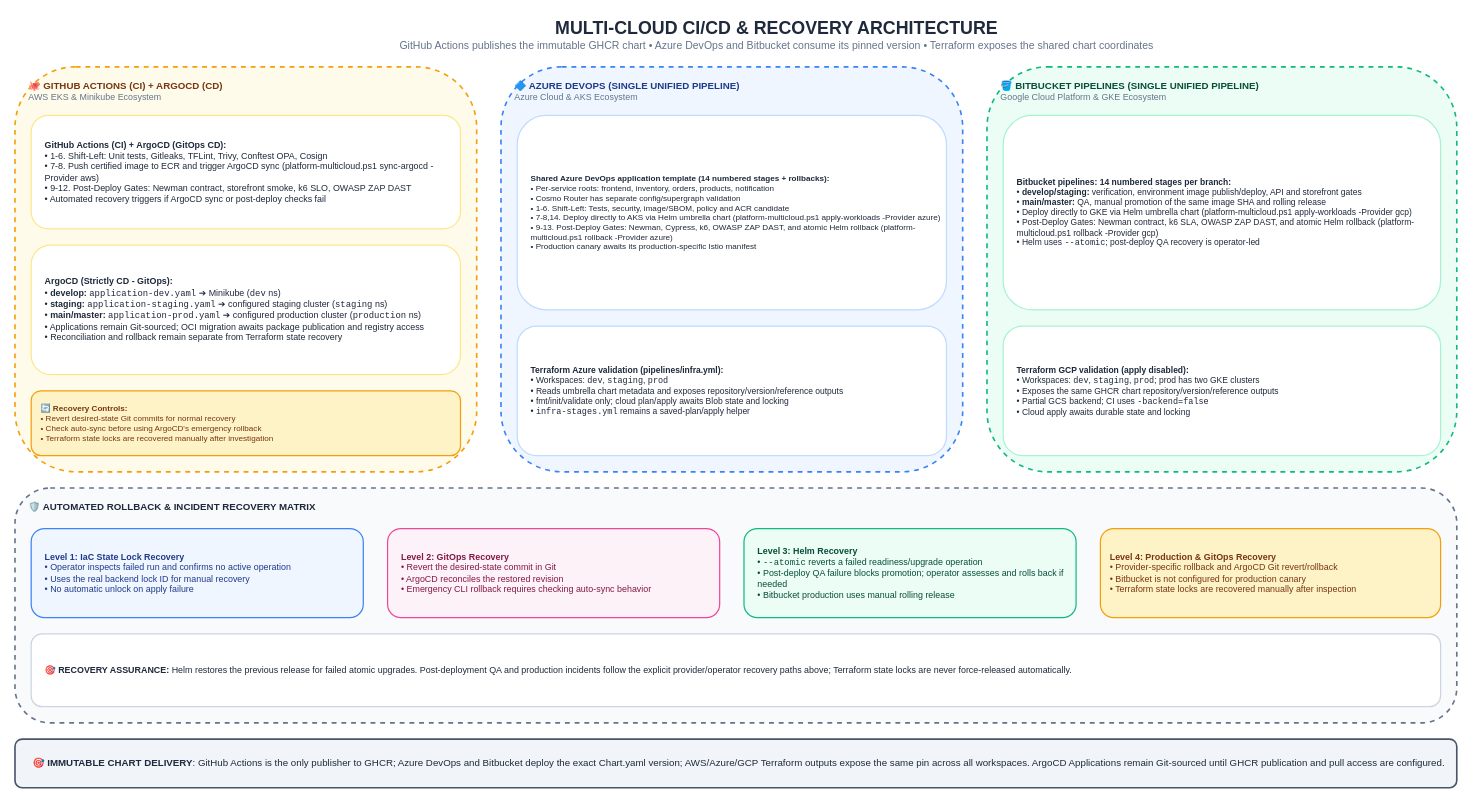
Earlier version of the draw.io diagram page "12. Multi-Cloud CI/CD & Recovery Architecture" (12 of 13) of docs/Diagrams.drawio (GeorgeGxx/microservices-architecture). Source tidied: cells renumbered, new cells numbered last; positions are measured from the earlier drawing's top-left corner, leaving out a move shared by most shapes. Both pictures are drawn from the tidied source at 81%, with x=0, y=0 at pixel (15, 14).
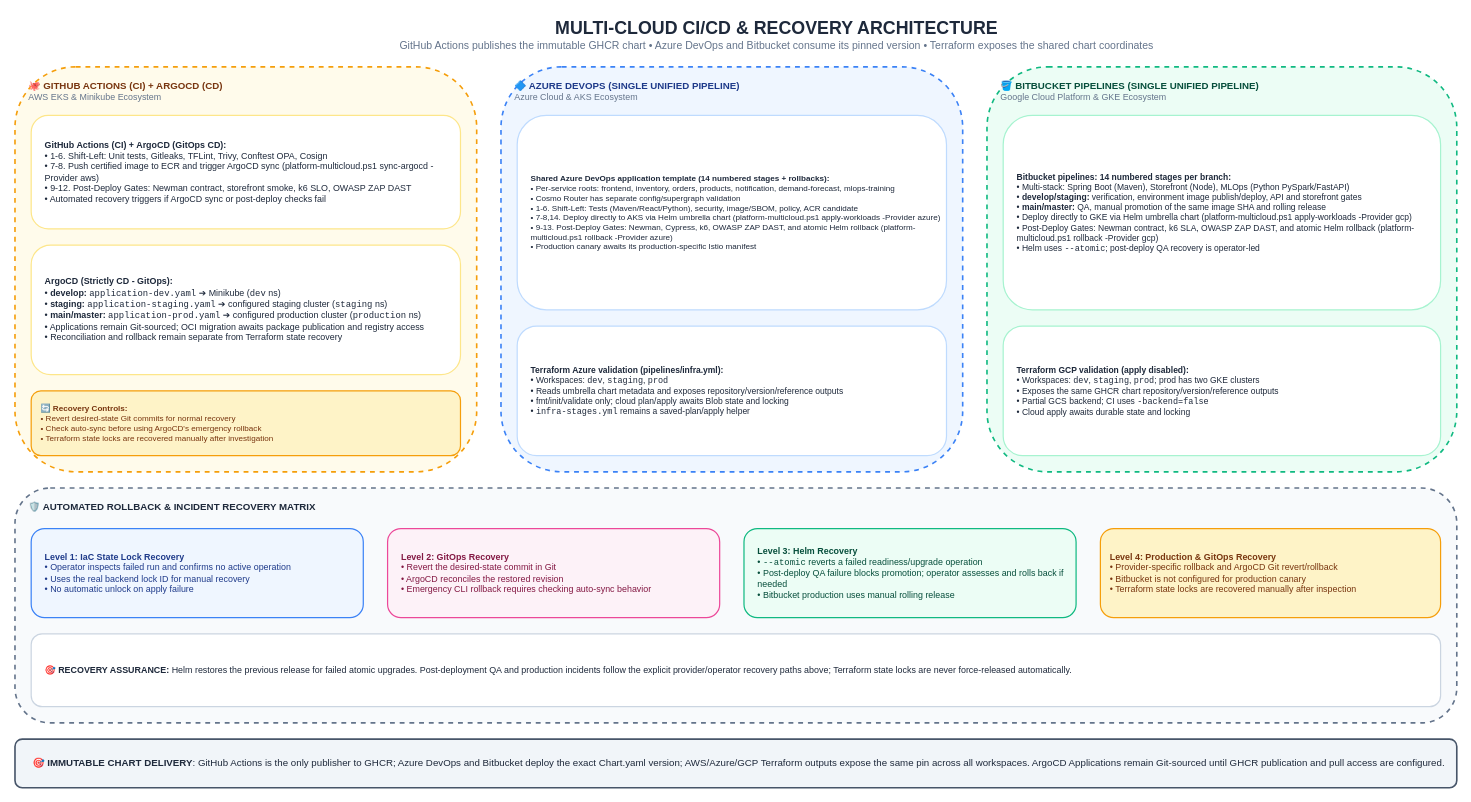
The same diagram, later.

Commit message (it also covers changes not shown here):
feat(devsecops): integrate MLOps demand forecasting into Azure DevOps and Bitbucket pipelines

What changed in the source:
```diff
@@
 <mxGraphModel>
   <root>
     <mxCell id="0" />
     <mxCell id="1" parent="0" />
     <mxCell id="2" value="&lt;b style='font-size:22px;color:#1E293B;'&gt;MULTI-CLOUD CI/CD &amp; RECOVERY ARCHITECTURE&lt;/b&gt;&lt;br&gt;&lt;span style='font-size:13px;color:#64748B;'&gt;GitHub Actions publishes the immutable GHCR chart • Azure DevOps and Bitbucket consume its pinned version • Terraform exposes the shared chart coordinates&lt;/span&gt;" style="text;html=1;align=center;verticalAlign=middle;rounded=0;" parent="1" vertex="1">
       <mxGeometry x="240" width="1400" height="50" as="geometry" />
     </mxCell>
     <mxCell id="3" value="&lt;b&gt;🐙 GITHUB ACTIONS (CI) + ARGOCD (CD)&lt;/b&gt;&lt;br&gt;&lt;span style='font-size:11px;color:#64748B;'&gt;AWS EKS &amp; Minikube Ecosystem&lt;/span&gt;" style="rounded=1;whiteSpace=wrap;html=1;fillColor=#FFFBEB;strokeColor=#F59E0B;strokeWidth=2;verticalAlign=top;align=left;spacingLeft=15;spacingTop=10;fontColor=#78350F;fontSize=12;dashed=1;" parent="1" vertex="1">
       <mxGeometry y="65" width="570" height="500" as="geometry" />
     </mxCell>
     <mxCell id="4" value="&lt;b&gt;GitHub Actions (CI) + ArgoCD (GitOps CD):&lt;/b&gt;&lt;br&gt;• 1-6. Shift-Left: Unit tests, Gitleaks, TFLint, Trivy, Conftest OPA, Cosign&lt;br&gt;• 7-8. Push certified image to ECR and trigger ArgoCD sync (platform-multicloud.ps1 sync-argocd -Provider aws)&lt;br&gt;• 9-12. Post-Deploy Gates: Newman contract, storefront smoke, k6 SLO, OWASP ZAP DAST&lt;br&gt;• Automated recovery triggers if ArgoCD sync or post-deploy checks fail" style="rounded=1;whiteSpace=wrap;html=1;fillColor=#FFFFFF;strokeColor=#FDE68A;strokeWidth=1.5;fontColor=#1E293B;fontSize=11;align=left;spacingLeft=15;" parent="1" vertex="1">
       <mxGeometry x="20" y="125" width="530" height="140" as="geometry" />
     </mxCell>
     <mxCell id="5" value="&lt;b&gt;ArgoCD (Strictly CD - GitOps):&lt;/b&gt;&lt;br&gt;• &lt;b&gt;develop:&lt;/b&gt; &lt;code&gt;application-dev.yaml&lt;/code&gt; ➔ Minikube (&lt;code&gt;dev&lt;/code&gt; ns)&lt;br&gt;• &lt;b&gt;staging:&lt;/b&gt; &lt;code&gt;application-staging.yaml&lt;/code&gt; ➔ configured staging cluster (&lt;code&gt;staging&lt;/code&gt; ns)&lt;br&gt;• &lt;b&gt;main/master:&lt;/b&gt; &lt;code&gt;application-prod.yaml&lt;/code&gt; ➔ configured production cluster (&lt;code&gt;production&lt;/code&gt; ns)&lt;br&gt;• Applications remain Git-sourced; OCI migration awaits package publication and registry access&lt;br&gt;• Reconciliation and rollback remain separate from Terraform state recovery" style="rounded=1;whiteSpace=wrap;html=1;fillColor=#FFFFFF;strokeColor=#FDE68A;strokeWidth=1.5;fontColor=#1E293B;fontSize=11;align=left;spacingLeft=15;" parent="1" vertex="1">
       <mxGeometry x="20" y="285" width="530" height="160" as="geometry" />
     </mxCell>
     <mxCell id="6" value="&lt;b&gt;🔄 Recovery Controls:&lt;/b&gt;&lt;br&gt;• Revert desired-state Git commits for normal recovery&lt;br&gt;• Check auto-sync before using ArgoCD's emergency rollback&lt;br&gt;• Terraform state locks are recovered manually after investigation" style="rounded=1;whiteSpace=wrap;html=1;fillColor=#FEF3C7;strokeColor=#F59E0B;strokeWidth=1.5;fontColor=#78350F;fontSize=10;align=left;spacingLeft=10;" parent="1" vertex="1">
       <mxGeometry x="20" y="465" width="530" height="80" as="geometry" />
     </mxCell>
     <mxCell id="7" value="&lt;b&gt;🔷 AZURE DEVOPS (SINGLE UNIFIED PIPELINE)&lt;/b&gt;&lt;br&gt;&lt;span style='font-size:11px;color:#64748B;'&gt;Azure Cloud &amp; AKS Ecosystem&lt;/span&gt;" style="rounded=1;whiteSpace=wrap;html=1;fillColor=#EFF6FF;strokeColor=#3B82F6;strokeWidth=2;verticalAlign=top;align=left;spacingLeft=15;spacingTop=10;fontColor=#1E3A8A;fontSize=12;dashed=1;" parent="1" vertex="1">
       <mxGeometry x="600" y="65" width="570" height="500" as="geometry" />
     </mxCell>
-    <mxCell id="8" value="&lt;b&gt;Shared Azure DevOps application template (14 numbered stages + rollbacks):&lt;/b&gt;&lt;br&gt;• Per-service roots: frontend, inventory, orders, products, notification&lt;br&gt;• Cosmo Router has separate config/supergraph validation&lt;br&gt;• 1-6. Shift-Left: Tests, security, image/SBOM, policy and ACR candidate&lt;br&gt;• 7-8,14. Deploy directly to AKS via Helm umbrella chart (platform-multicloud.ps1 apply-workloads -Provider azure)&lt;br&gt;• 9-13. Post-Deploy Gates: Newman, Cypress, k6, OWASP ZAP DAST, and atomic Helm rollback (platform-multicloud.ps1 rollback -Provider azure)&lt;br&gt;• Production canary awaits its production-specific Istio manifest" style="rounded=1;whiteSpace=wrap;html=1;fillColor=#FFFFFF;strokeColor=#BFDBFE;strokeWidth=1.5;fontColor=#1E293B;fontSize=10;align=left;spacingLeft=15;" parent="1" vertex="1">
+    <mxCell id="8" value="&lt;b&gt;Shared Azure DevOps application template (14 numbered stages + rollbacks):&lt;/b&gt;&lt;br&gt;• Per-service roots: frontend, inventory, orders, products, notification, demand-forecast, mlops-training&lt;br&gt;• Cosmo Router has separate config/supergraph validation&lt;br&gt;• 1-6. Shift-Left: Tests (Maven/React/Python), security, image/SBOM, policy, ACR candidate&lt;br&gt;• 7-8,14. Deploy directly to AKS via Helm umbrella chart (platform-multicloud.ps1 apply-workloads -Provider azure)&lt;br&gt;• 9-13. Post-Deploy Gates: Newman, Cypress, k6, OWASP ZAP DAST, and atomic Helm rollback (platform-multicloud.ps1 rollback -Provider azure)&lt;br&gt;• Production canary awaits its production-specific Istio manifest" style="rounded=1;whiteSpace=wrap;html=1;fillColor=#FFFFFF;strokeColor=#BFDBFE;strokeWidth=1.5;fontColor=#1E293B;fontSize=10;align=left;spacingLeft=15;" parent="1" vertex="1">
       <mxGeometry x="620" y="125" width="530" height="240" as="geometry" />
     </mxCell>
     <mxCell id="9" value="&lt;b&gt;Terraform Azure validation (pipelines/infra.yml):&lt;/b&gt;&lt;br&gt;• Workspaces: &lt;code&gt;dev&lt;/code&gt;, &lt;code&gt;staging&lt;/code&gt;, &lt;code&gt;prod&lt;/code&gt;&lt;br&gt;• Reads umbrella chart metadata and exposes repository/version/reference outputs&lt;br&gt;• fmt/init/validate only; cloud plan/apply awaits Blob state and locking&lt;br&gt;• &lt;code&gt;infra-stages.yml&lt;/code&gt; remains a saved-plan/apply helper" style="rounded=1;whiteSpace=wrap;html=1;fillColor=#FFFFFF;strokeColor=#BFDBFE;strokeWidth=1.5;fontColor=#1E293B;fontSize=10.5;align=left;spacingLeft=15;" parent="1" vertex="1">
       <mxGeometry x="620" y="385" width="530" height="160" as="geometry" />
     </mxCell>
     <mxCell id="10" value="&lt;b&gt;🪣 BITBUCKET PIPELINES (SINGLE UNIFIED PIPELINE)&lt;/b&gt;&lt;br&gt;&lt;span style='font-size:11px;color:#64748B;'&gt;Google Cloud Platform &amp; GKE Ecosystem&lt;/span&gt;" style="rounded=1;whiteSpace=wrap;html=1;fillColor=#ECFDF5;strokeColor=#10B981;strokeWidth=2;verticalAlign=top;align=left;spacingLeft=15;spacingTop=10;fontColor=#064E3B;fontSize=12;dashed=1;" parent="1" vertex="1">
       <mxGeometry x="1200" y="65" width="580" height="500" as="geometry" />
     </mxCell>
-    <mxCell id="11" value="&lt;b&gt;Bitbucket pipelines: 14 numbered stages per branch:&lt;/b&gt;&lt;br&gt;• &lt;b&gt;develop/staging:&lt;/b&gt; verification, environment image publish/deploy, API and storefront gates&lt;br&gt;• &lt;b&gt;main/master:&lt;/b&gt; QA, manual promotion of the same image SHA and rolling release&lt;br&gt;• Deploy directly to GKE via Helm umbrella chart (platform-multicloud.ps1 apply-workloads -Provider gcp)&lt;br&gt;• Post-Deploy Gates: Newman contract, k6 SLA, OWASP ZAP DAST, and atomic Helm rollback (platform-multicloud.ps1 rollback -Provider gcp)&lt;br&gt;• Helm uses &lt;code&gt;--atomic&lt;/code&gt;; post-deploy QA recovery is operator-led" style="rounded=1;whiteSpace=wrap;html=1;fillColor=#FFFFFF;strokeColor=#A7F3D0;strokeWidth=1.5;fontColor=#1E293B;fontSize=10.5;align=left;spacingLeft=15;" parent="1" vertex="1">
+    <mxCell id="11" value="&lt;b&gt;Bitbucket pipelines: 14 numbered stages per branch:&lt;/b&gt;&lt;br&gt;• Multi-stack: Spring Boot (Maven), Storefront (Node), MLOps (Python PySpark/FastAPI)&lt;br&gt;• &lt;b&gt;develop/staging:&lt;/b&gt; verification, environment image publish/deploy, API and storefront gates&lt;br&gt;• &lt;b&gt;main/master:&lt;/b&gt; QA, manual promotion of the same image SHA and rolling release&lt;br&gt;• Deploy directly to GKE via Helm umbrella chart (platform-multicloud.ps1 apply-workloads -Provider gcp)&lt;br&gt;• Post-Deploy Gates: Newman contract, k6 SLA, OWASP ZAP DAST, and atomic Helm rollback (platform-multicloud.ps1 rollback -Provider gcp)&lt;br&gt;• Helm uses &lt;code&gt;--atomic&lt;/code&gt;; post-deploy QA recovery is operator-led" style="rounded=1;whiteSpace=wrap;html=1;fillColor=#FFFFFF;strokeColor=#A7F3D0;strokeWidth=1.5;fontColor=#1E293B;fontSize=10.5;align=left;spacingLeft=15;" parent="1" vertex="1">
       <mxGeometry x="1220" y="125" width="540" height="240" as="geometry" />
     </mxCell>
     <mxCell id="12" value="&lt;b&gt;Terraform GCP validation (apply disabled):&lt;/b&gt;&lt;br&gt;• Workspaces: &lt;code&gt;dev&lt;/code&gt;, &lt;code&gt;staging&lt;/code&gt;, &lt;code&gt;prod&lt;/code&gt;; prod has two GKE clusters&lt;br&gt;• Exposes the same GHCR chart repository/version/reference outputs&lt;br&gt;• Partial GCS backend; CI uses &lt;code&gt;-backend=false&lt;/code&gt;&lt;br&gt;• Cloud apply awaits durable state and locking" style="rounded=1;whiteSpace=wrap;html=1;fillColor=#FFFFFF;strokeColor=#A7F3D0;strokeWidth=1.5;fontColor=#1E293B;fontSize=10.5;align=left;spacingLeft=15;" parent="1" vertex="1">
       <mxGeometry x="1220" y="385" width="540" height="160" as="geometry" />
     </mxCell>
     <mxCell id="13" value="&lt;b&gt;🛡️ AUTOMATED ROLLBACK &amp; INCIDENT RECOVERY MATRIX&lt;/b&gt;" style="rounded=1;whiteSpace=wrap;html=1;fillColor=#F8FAFC;strokeColor=#64748B;strokeWidth=2;verticalAlign=top;align=left;spacingLeft=15;spacingTop=10;fontColor=#1E293B;fontSize=12;dashed=1;" parent="1" vertex="1">
       <mxGeometry y="585" width="1780" height="290" as="geometry" />
     </mxCell>
     <mxCell id="14" value="&lt;b&gt;Level 1: IaC State Lock Recovery&lt;/b&gt;&lt;br&gt;• Operator inspects failed run and confirms no active operation&lt;br&gt;• Uses the real backend lock ID for manual recovery&lt;br&gt;• No automatic unlock on apply failure" style="rounded=1;whiteSpace=wrap;html=1;fillColor=#EFF6FF;strokeColor=#3B82F6;strokeWidth=1.5;fontColor=#1E3A8A;fontSize=11;align=left;spacingLeft=15;" parent="1" vertex="1">
       <mxGeometry x="20" y="635" width="410" height="110" as="geometry" />
     </mxCell>
     <mxCell id="15" value="&lt;b&gt;Level 2: GitOps Recovery&lt;/b&gt;&lt;br&gt;• Revert the desired-state commit in Git&lt;br&gt;• ArgoCD reconciles the restored revision&lt;br&gt;• Emergency CLI rollback requires checking auto-sync behavior" style="rounded=1;whiteSpace=wrap;html=1;fillColor=#FDF2F8;strokeColor=#EC4899;strokeWidth=1.5;fontColor=#831843;fontSize=11;align=left;spacingLeft=15;" parent="1" vertex="1">
       <mxGeometry x="460" y="635" width="410" height="110" as="geometry" />
     </mxCell>
     <mxCell id="16" value="&lt;b&gt;Level 3: Helm Recovery&lt;/b&gt;&lt;br&gt;• &lt;code&gt;--atomic&lt;/code&gt; reverts a failed readiness/upgrade operation&lt;br&gt;• Post-deploy QA failure blocks promotion; operator assesses and rolls back if needed&lt;br&gt;• Bitbucket production uses manual rolling release" style="rounded=1;whiteSpace=wrap;html=1;fillColor=#ECFDF5;strokeColor=#10B981;strokeWidth=1.5;fontColor=#064E3B;fontSize=11;align=left;spacingLeft=15;" parent="1" vertex="1">
       <mxGeometry x="900" y="635" width="410" height="110" as="geometry" />
     </mxCell>
     <mxCell id="17" value="&lt;b&gt;Level 4: Production &amp; GitOps Recovery&lt;/b&gt;&lt;br&gt;• Provider-specific rollback and ArgoCD Git revert/rollback&lt;br&gt;• Bitbucket is not configured for production canary&lt;br&gt;• Terraform state locks are recovered manually after inspection" style="rounded=1;whiteSpace=wrap;html=1;fillColor=#FEF3C7;strokeColor=#F59E0B;strokeWidth=1.5;fontColor=#78350F;fontSize=11;align=left;spacingLeft=10;" parent="1" vertex="1">
       <mxGeometry x="1340" y="635" width="420" height="110" as="geometry" />
     </mxCell>
     <mxCell id="18" value="&lt;b&gt;🎯 RECOVERY ASSURANCE:&lt;/b&gt; Helm restores the previous release for failed atomic upgrades. Post-deployment QA and production incidents follow the explicit provider/operator recovery paths above; Terraform state locks are never force-released automatically." style="rounded=1;whiteSpace=wrap;html=1;fillColor=#FFFFFF;strokeColor=#CBD5E1;strokeWidth=1.5;fontColor=#1E293B;fontSize=11;align=left;spacingLeft=15;" parent="1" vertex="1">
       <mxGeometry x="20" y="765" width="1740" height="90" as="geometry" />
     </mxCell>
     <mxCell id="19" value="&lt;b&gt;🎯 IMMUTABLE CHART DELIVERY&lt;/b&gt;: GitHub Actions is the only publisher to GHCR; Azure DevOps and Bitbucket deploy the exact Chart.yaml version; AWS/Azure/GCP Terraform outputs expose the same pin across all workspaces. ArgoCD Applications remain Git-sourced until GHCR publication and pull access are configured." style="rounded=1;whiteSpace=wrap;html=1;fillColor=#F1F5F9;strokeColor=#475569;strokeWidth=2;fontColor=#1E293B;fontSize=12;align=left;spacingLeft=20;" parent="1" vertex="1">
       <mxGeometry y="895" width="1780" height="60" as="geometry" />
     </mxCell>
   </root>
 </mxGraphModel>
```
